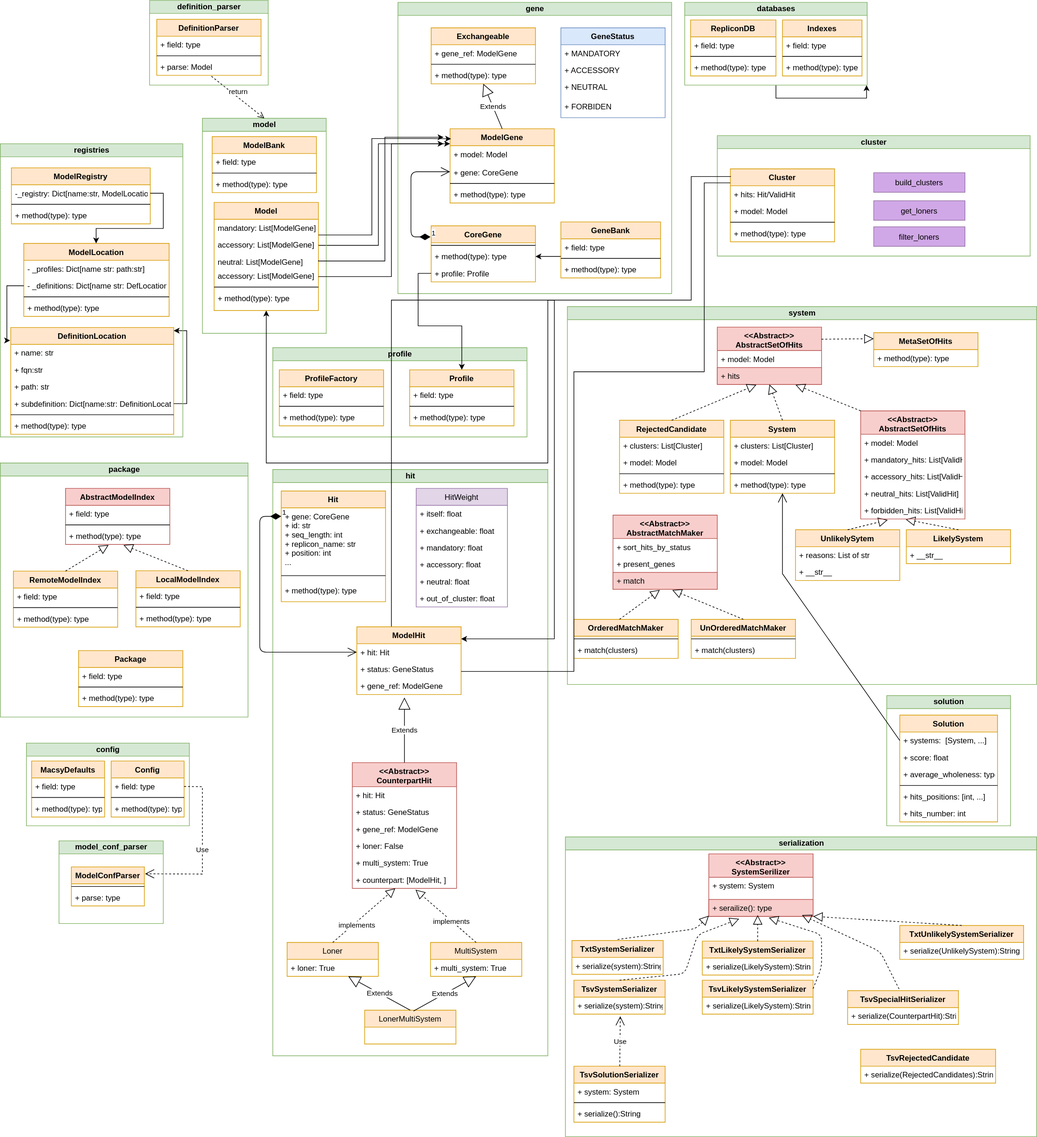
Earlier version of the draw.io export doc/source/_static/macsyfinder_classes.svg (gem-pasteur/macsyfinder). Source tidied: cells renumbered, new cells last; positions are measured from the earlier drawing's top-left corner, leaving out a move shared by most shapes.
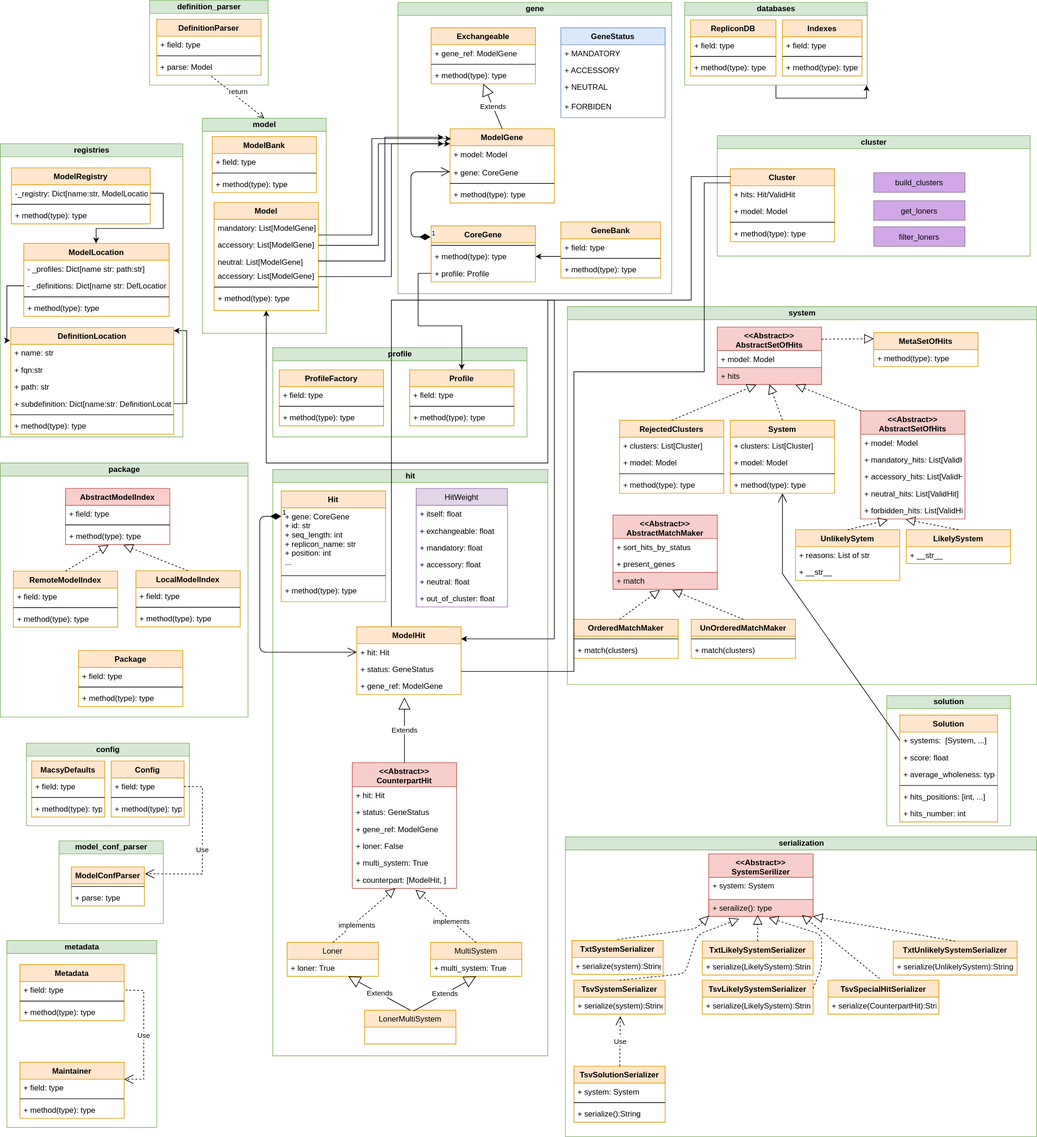
Later version of the same file.

Commit message:
:pencil2: update macsyfinder_classes schema

What changed in the source:
```diff
@@ -394,7 +394,7 @@
     <mxCell id="126" value="+ method(type): type" style="text;strokeColor=none;fillColor=none;align=left;verticalAlign=top;spacingLeft=4;spacingRight=4;overflow=hidden;points=[[0,0.5],[1,0.5]];portConstraint=eastwest;" parent="122" vertex="1">
       <mxGeometry y="86" width="160" height="26" as="geometry" />
     </mxCell>
-    <mxCell id="127" value="RejectedCandidate" style="swimlane;fontStyle=1;align=center;verticalAlign=top;horizontal=1;startSize=26;fillColor=#ffe6cc;strokeColor=#d79b00;" parent="121" vertex="1">
+    <mxCell id="127" value="RejectedClusters" style="swimlane;fontStyle=1;align=center;verticalAlign=top;horizontal=1;startSize=26;fillColor=#ffe6cc;strokeColor=#d79b00;" parent="121" vertex="1">
       <mxGeometry x="80" y="174.5" width="160" height="112" as="geometry" />
     </mxCell>
     <mxCell id="128" value="+ clusters: List[Cluster]" style="text;strokeColor=none;fillColor=none;align=left;verticalAlign=top;spacingLeft=4;spacingRight=4;overflow=hidden;" parent="127" vertex="1">
@@ -711,7 +711,7 @@
       <mxGeometry y="26" width="170" height="26" as="geometry" />
     </mxCell>
     <mxCell id="204" value="TxtUnlikelySystemSerializer" style="swimlane;fontStyle=1;align=center;verticalAlign=top;horizontal=1;startSize=26;fillColor=#ffe6cc;strokeColor=#d79b00;" parent="200" vertex="1">
-      <mxGeometry x="513" y="136" width="190" height="52" as="geometry" />
+      <mxGeometry x="503" y="160" width="190" height="52" as="geometry" />
     </mxCell>
     <mxCell id="205" value="+ serialize(UnlikelySystem):String" style="text;strokeColor=none;fillColor=none;align=left;verticalAlign=top;spacingLeft=4;spacingRight=4;overflow=hidden;" parent="204" vertex="1">
       <mxGeometry y="26" width="190" height="26" as="geometry" />
@@ -744,17 +744,11 @@
       <mxGeometry relative="1" as="geometry" />
     </mxCell>
     <mxCell id="215" value="TsvSpecialHitSerializer" style="swimlane;fontStyle=1;align=center;verticalAlign=top;horizontal=1;startSize=26;fillColor=#ffe6cc;strokeColor=#d79b00;" parent="200" vertex="1">
-      <mxGeometry x="433" y="236" width="170" height="52" as="geometry" />
+      <mxGeometry x="403" y="220" width="170" height="52" as="geometry" />
     </mxCell>
     <mxCell id="216" value="+ serialize(CounterpartHit):String" style="text;strokeColor=none;fillColor=none;align=left;verticalAlign=top;spacingLeft=4;spacingRight=4;overflow=hidden;" parent="215" vertex="1">
       <mxGeometry y="26" width="170" height="26" as="geometry" />
     </mxCell>
-    <mxCell id="217" value="TsvRejectedCandidate" style="swimlane;fontStyle=1;align=center;verticalAlign=top;horizontal=1;startSize=26;fillColor=#ffe6cc;strokeColor=#d79b00;" parent="200" vertex="1">
-      <mxGeometry x="453" y="326" width="207" height="52" as="geometry" />
-    </mxCell>
-    <mxCell id="218" value="+ serialize(RejectedCandidates):String" style="text;strokeColor=none;fillColor=none;align=left;verticalAlign=top;spacingLeft=4;spacingRight=4;overflow=hidden;" parent="217" vertex="1">
-      <mxGeometry y="26" width="207" height="26" as="geometry" />
-    </mxCell>
     <object id="219" label="" placeholders="1">
       <mxCell style="endArrow=block;dashed=1;endFill=0;endSize=12;html=1;exitX=0.5;exitY=0;exitDx=0;exitDy=0;entryX=0.291;entryY=1.147;entryDx=0;entryDy=0;entryPerimeter=0;" parent="1" edge="1" source="212" target="197">
         <mxGeometry relative="1" as="geometry">
@@ -822,9 +816,6 @@
       <mxCell style="endArrow=block;dashed=1;endFill=0;endSize=12;html=1;exitX=0.464;exitY=-0.049;exitDx=0;exitDy=0;exitPerimeter=0;" parent="1" edge="1" source="215">
         <mxGeometry relative="1" as="geometry">
           <mxPoint x="1230" y="1404" as="targetPoint" />
-          <Array as="points">
-            <mxPoint x="1350" y="1460" />
-          </Array>
         </mxGeometry>
       </mxCell>
     </object>
@@ -909,5 +900,41 @@
         </Array>
       </mxGeometry>
     </mxCell>
+    <mxCell id="254" value="metadata" style="swimlane;html=1;startSize=20;horizontal=1;containerType=tree;fillColor=#d5e8d4;strokeColor=#82b366;" parent="1" vertex="1">
+      <mxGeometry x="10" y="1443" width="230" height="287" as="geometry" />
+    </mxCell>
+    <mxCell id="255" value="Metadata" style="swimlane;fontStyle=1;align=center;verticalAlign=top;horizontal=1;startSize=26;fillColor=#ffe6cc;strokeColor=#d79b00;" parent="254" vertex="1">
+      <mxGeometry x="20" y="37" width="160" height="86" as="geometry" />
+    </mxCell>
+    <mxCell id="256" value="+ field: type" style="text;strokeColor=none;fillColor=none;align=left;verticalAlign=top;spacingLeft=4;spacingRight=4;overflow=hidden;" parent="255" vertex="1">
+      <mxGeometry y="26" width="160" height="26" as="geometry" />
+    </mxCell>
+    <mxCell id="257" style="line;strokeWidth=1;fillColor=none;align=left;verticalAlign=middle;spacingTop=-1;spacingLeft=3;spacingRight=3;labelPosition=right;" parent="255" vertex="1">
+      <mxGeometry y="52" width="160" height="8" as="geometry" />
+    </mxCell>
+    <mxCell id="258" value="+ method(type): type" style="text;strokeColor=none;fillColor=none;align=left;verticalAlign=top;spacingLeft=4;spacingRight=4;overflow=hidden;" parent="255" vertex="1">
+      <mxGeometry y="60" width="160" height="26" as="geometry" />
+    </mxCell>
+    <mxCell id="259" value="Maintainer" style="swimlane;fontStyle=1;align=center;verticalAlign=top;horizontal=1;startSize=26;fillColor=#ffe6cc;strokeColor=#d79b00;" parent="254" vertex="1">
+      <mxGeometry x="20" y="187" width="160" height="86" as="geometry" />
+    </mxCell>
+    <mxCell id="260" value="+ field: type" style="text;strokeColor=none;fillColor=none;align=left;verticalAlign=top;spacingLeft=4;spacingRight=4;overflow=hidden;points=[[0,0.5],[1,0.5]];portConstraint=eastwest;" parent="259" vertex="1">
+      <mxGeometry y="26" width="160" height="26" as="geometry" />
+    </mxCell>
+    <mxCell id="261" style="line;strokeWidth=1;fillColor=none;align=left;verticalAlign=middle;spacingTop=-1;spacingLeft=3;spacingRight=3;labelPosition=right;" parent="259" vertex="1">
+      <mxGeometry y="52" width="160" height="8" as="geometry" />
+    </mxCell>
+    <mxCell id="262" value="+ method(type): type" style="text;strokeColor=none;fillColor=none;align=left;verticalAlign=top;spacingLeft=4;spacingRight=4;overflow=hidden;" parent="259" vertex="1">
+      <mxGeometry y="60" width="160" height="26" as="geometry" />
+    </mxCell>
+    <mxCell id="263" value="Use" style="endArrow=open;endSize=12;dashed=1;html=1;rounded=0;exitX=1;exitY=0.5;exitDx=0;exitDy=0;entryX=1;entryY=0;entryDx=0;entryDy=0;entryPerimeter=0;" parent="254" edge="1" target="260">
+      <mxGeometry relative="1" as="geometry">
+        <mxPoint x="182" y="76.2" as="sourcePoint" />
+        <Array as="points">
+          <mxPoint x="210" y="76.8" />
+          <mxPoint x="210" y="213" />
+        </Array>
+      </mxGeometry>
+    </mxCell>
   </root>
 </mxGraphModel>
```
